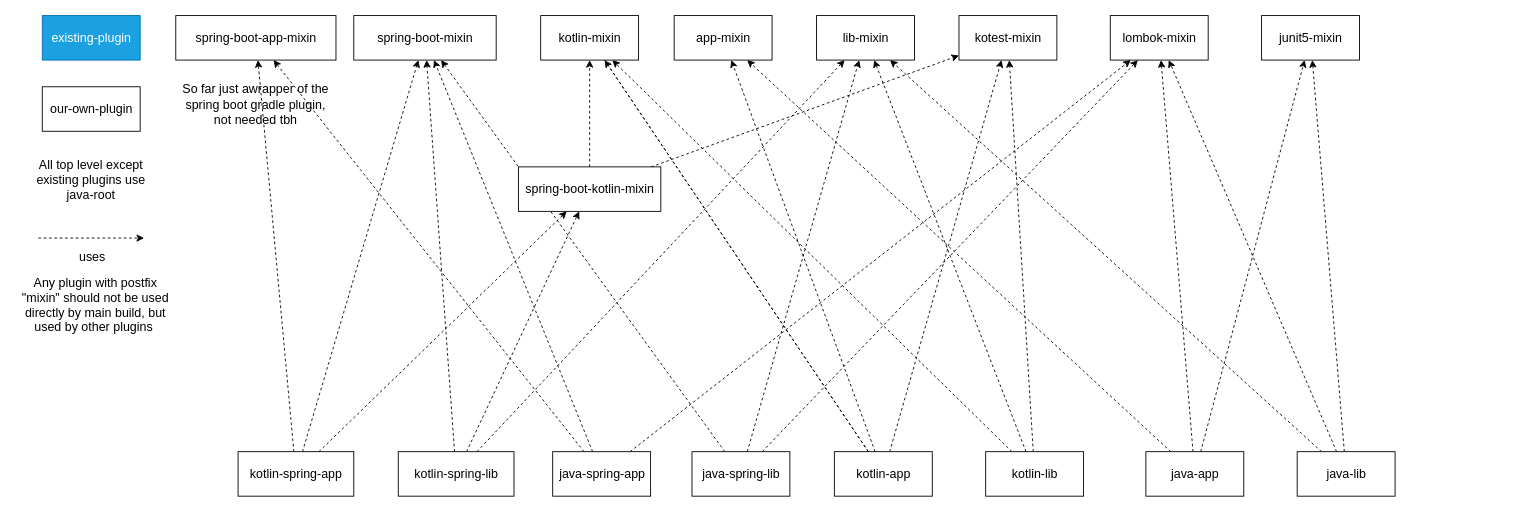
Earlier version of the draw.io diagram gradle/plugins/gradle plugins structure.drawio (CXwudi/modern-gradle-template). Source tidied: cells renumbered, new cells numbered last; positions are measured from the earlier drawing's top-left corner, leaving out a move shared by most shapes. Both pictures are drawn from the tidied source at 89%, with x=0, y=0 at pixel (15, 15).
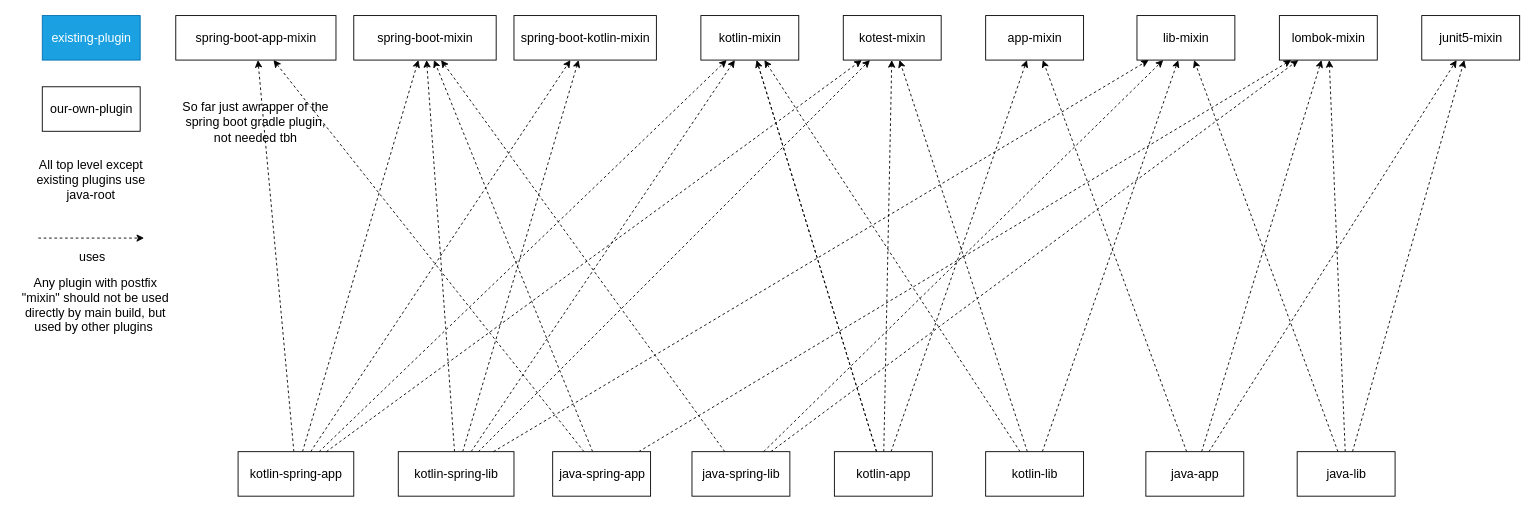
The same diagram, later.

The change refers to these unchanged cells:
```xml
<mxCell id="34" value="kotlin-spring-app" style="html=1;fontSize=14;" parent="1" vertex="1">
  <mxGeometry x="250" y="490" width="130" height="50" as="geometry" />
</mxCell>
<mxCell id="37" value="kotlin-spring-lib" style="html=1;fontSize=14;" parent="1" vertex="1">
  <mxGeometry x="430" y="490" width="130" height="50" as="geometry" />
</mxCell>
```

Change to the diagram source:
```diff
@@
     <mxCell id="2" value="So far just awrapper of the&lt;br&gt;spring boot gradle plugin, not needed tbh" style="text;html=1;strokeColor=none;fillColor=none;align=center;verticalAlign=middle;whiteSpace=wrap;rounded=0;fontFamily=Helvetica;fontSize=14;fontColor=default;" parent="1" vertex="1">
-      <mxGeometry x="185" y="70" width="170" height="60" as="geometry" />
+      <mxGeometry x="185" y="90" width="170" height="60" as="geometry" />
     </mxCell>
@@
     <mxCell id="11" value="junit5-mixin" style="html=1;fontSize=14;" parent="1" vertex="1">
-      <mxGeometry x="1400" width="110" height="50" as="geometry" />
+      <mxGeometry x="1580" width="110" height="50" as="geometry" />
     </mxCell>
     <mxCell id="12" value="lombok-mixin" style="html=1;fontSize=14;" parent="1" vertex="1">
-      <mxGeometry x="1230" width="110" height="50" as="geometry" />
+      <mxGeometry x="1420" width="110" height="50" as="geometry" />
     </mxCell>
     <mxCell id="13" value="app-mixin" style="html=1;fontSize=14;" parent="1" vertex="1">
-      <mxGeometry x="740" width="110" height="50" as="geometry" />
+      <mxGeometry x="1090" width="110" height="50" as="geometry" />
     </mxCell>
     <mxCell id="14" value="lib-mixin" style="html=1;fontSize=14;" parent="1" vertex="1">
-      <mxGeometry x="900" width="110" height="50" as="geometry" />
+      <mxGeometry x="1260" width="110" height="50" as="geometry" />
     </mxCell>
@@
+    <mxCell id="53" style="edgeStyle=none;shape=connector;rounded=0;jettySize=auto;html=1;dashed=1;labelBackgroundColor=default;strokeColor=default;fontFamily=Helvetica;fontSize=14;fontColor=default;endArrow=classic;" parent="1" edge="1" source="37" target="41">
+      <mxGeometry relative="1" as="geometry" />
+    </mxCell>
+    <mxCell id="54" style="edgeStyle=none;shape=connector;rounded=0;jettySize=auto;html=1;dashed=1;labelBackgroundColor=default;strokeColor=default;fontFamily=Helvetica;fontSize=14;fontColor=default;endArrow=classic;" parent="1" edge="1" source="37" target="48">
+      <mxGeometry relative="1" as="geometry" />
+    </mxCell>
@@
     <mxCell id="41" value="kotlin-mixin" style="html=1;fontSize=14;" parent="1" vertex="1">
-      <mxGeometry x="590" width="110" height="50" as="geometry" />
+      <mxGeometry x="770" width="110" height="50" as="geometry" />
     </mxCell>
@@
-    <mxCell id="43" style="edgeStyle=none;rounded=0;jettySize=auto;html=1;dashed=1;fontSize=14;" parent="1" edge="1" source="45" target="41">
+    <mxCell id="43" style="edgeStyle=none;rounded=0;jettySize=auto;html=1;dashed=1;fontSize=14;" parent="1" edge="1" source="34" target="41">
       <mxGeometry relative="1" as="geometry" />
     </mxCell>
-    <mxCell id="44" style="edgeStyle=none;rounded=0;jettySize=auto;html=1;dashed=1;fontSize=14;" parent="1" edge="1" source="45" target="48">
+    <mxCell id="44" style="edgeStyle=none;rounded=0;jettySize=auto;html=1;dashed=1;fontSize=14;" parent="1" edge="1" source="34" target="48">
       <mxGeometry relative="1" as="geometry" />
     </mxCell>
     <mxCell id="45" value="spring-boot-kotlin-mixin" style="html=1;fontSize=14;" parent="1" vertex="1">
-      <mxGeometry x="565" y="170" width="160" height="50" as="geometry" />
+      <mxGeometry x="560" width="160" height="50" as="geometry" />
     </mxCell>
@@
     <mxCell id="48" value="kotest-mixin" style="html=1;fontSize=14;" parent="1" vertex="1">
-      <mxGeometry x="1060" width="110" height="50" as="geometry" />
+      <mxGeometry x="930" width="110" height="50" as="geometry" />
     </mxCell>
```
